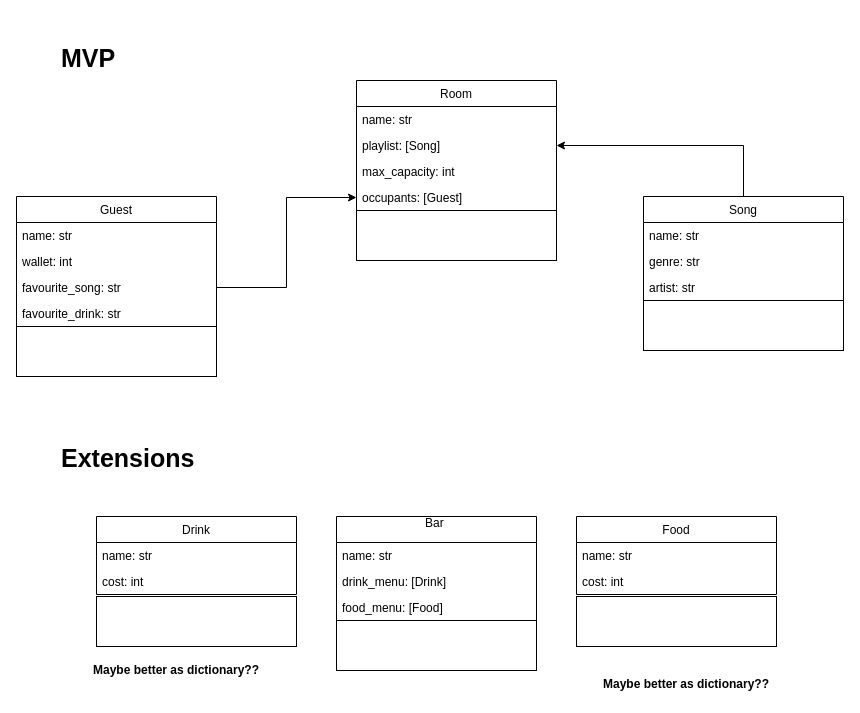
Above: documentation/diagram v1.drawio in little-radish/codeclan_caraoke (draw.io), before the change. Source tidied: cells renumbered, new cells numbered last; positions are measured from the earlier drawing's top-left corner, leaving out a move shared by most shapes. Both pictures are drawn from the tidied source at 100%, with x=0, y=0 at pixel (16, 16).
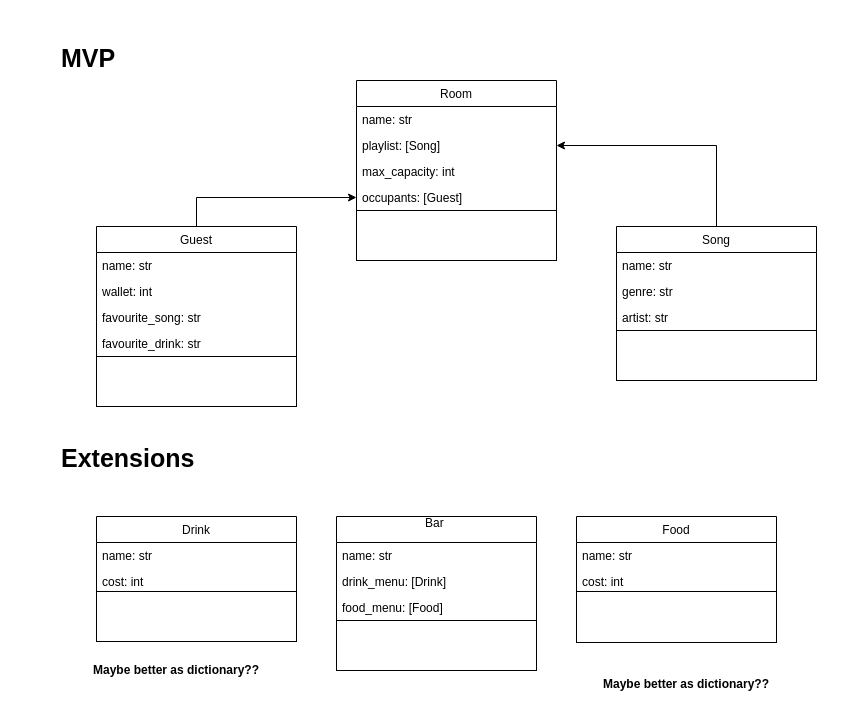
The same diagram, later.

Unchanged cells that the change refers to:
```xml
<mxCell id="5" value="favourite_song: str" style="text;strokeColor=none;fillColor=none;align=left;verticalAlign=top;spacingLeft=4;spacingRight=4;overflow=hidden;points=[[0,0.5],[1,0.5]];portConstraint=eastwest;" parent="2" vertex="1">
  <mxGeometry y="78" width="200" height="26" as="geometry" />
</mxCell>
<mxCell id="11" value="occupants: [Guest]" style="text;strokeColor=none;fillColor=none;align=left;verticalAlign=top;spacingLeft=4;spacingRight=4;overflow=hidden;points=[[0,0.5],[1,0.5]];portConstraint=eastwest;" parent="7" vertex="1">
  <mxGeometry y="104" width="200" height="26" as="geometry" />
</mxCell>
```

What changed in the source:
```diff
@@
     <mxCell id="2" value="Guest" style="swimlane;fontStyle=0;horizontal=1;startSize=26;fillColor=none;" parent="1" vertex="1">
-      <mxGeometry y="180" width="200" height="130" as="geometry" />
+      <mxGeometry x="80" y="210" width="200" height="130" as="geometry" />
     </mxCell>
@@
     <mxCell id="13" value="Song" style="swimlane;fontStyle=0;horizontal=1;startSize=26;fillColor=none;" parent="1" vertex="1">
-      <mxGeometry x="627" y="180" width="200" height="104" as="geometry" />
+      <mxGeometry x="600" y="210" width="200" height="104" as="geometry" />
     </mxCell>
@@
     <mxCell id="29" style="html=1;perimeter=orthogonalPerimeter;" parent="1" vertex="1">
-      <mxGeometry y="310" width="200" height="50" as="geometry" />
+      <mxGeometry x="80" y="340" width="200" height="50" as="geometry" />
     </mxCell>
@@
     <mxCell id="31" style="html=1;perimeter=orthogonalPerimeter;" parent="1" vertex="1">
-      <mxGeometry x="627" y="284" width="200" height="50" as="geometry" />
+      <mxGeometry x="600" y="314" width="200" height="50" as="geometry" />
     </mxCell>
     <mxCell id="32" style="html=1;perimeter=orthogonalPerimeter;" parent="1" vertex="1">
-      <mxGeometry x="80" y="580" width="200" height="50" as="geometry" />
+      <mxGeometry x="80" y="575" width="200" height="50" as="geometry" />
     </mxCell>
     <mxCell id="33" style="html=1;perimeter=orthogonalPerimeter;" parent="1" vertex="1">
-      <mxGeometry x="560" y="580" width="200" height="50" as="geometry" />
+      <mxGeometry x="560" y="575" width="200" height="51" as="geometry" />
     </mxCell>
@@
-    <mxCell id="37" style="edgeStyle=orthogonalEdgeStyle;rounded=0;jettySize=auto;html=1;entryX=0;entryY=0.5;entryDx=0;entryDy=0;fontSize=25;" parent="1" edge="1" source="5" target="11">
+    <mxCell id="37" style="edgeStyle=orthogonalEdgeStyle;rounded=0;jettySize=auto;html=1;entryX=0;entryY=0.5;entryDx=0;entryDy=0;fontSize=25;exitX=0.5;exitY=0;exitDx=0;exitDy=0;" parent="1" edge="1" source="2" target="11">
       <mxGeometry relative="1" as="geometry" />
     </mxCell>
```
